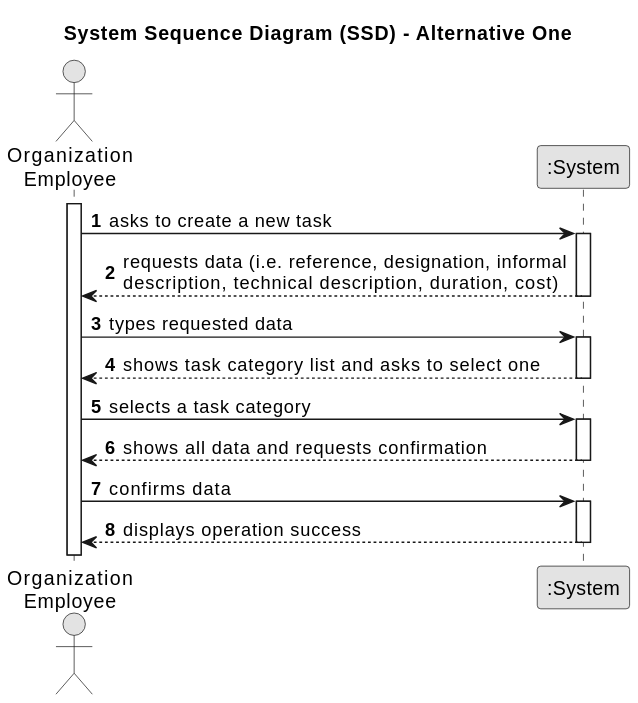
The PlantUML diagram docs/sprintA/us004/01.requirements-engineering/svg/us004-system-sequence-diagram-alternative-one.svg in daniel41silva05/ISEP_2023_2024_LAPR2, before a commit.
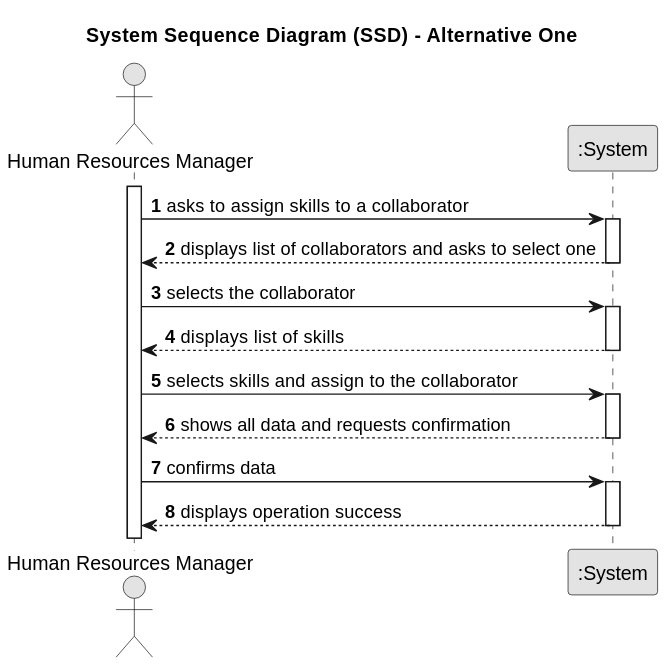
After the change.

What changed in the source:
```diff
@@ -7,24 +7,24 @@
 
 autonumber
 
-actor "Organization\nEmployee" as Employee
+actor "Human Resources Manager" as Employee
 participant ":System" as System
 
 activate Employee
 
-    Employee -> System : asks to create a new task
+    Employee -> System : asks to assign skills to a collaborator
     activate System
 
-        System --> Employee : requests data (i.e. reference, designation, informal\ndescription, technical description, duration, cost)
+        System --> Employee : displays list of collaborators and asks to select one
     deactivate System
 
-    Employee -> System : types requested data
+    Employee -> System : selects the collaborator
     activate System
 
-        System --> Employee : shows task category list and asks to select one
+        System --> Employee : displays list of skills
     deactivate System
 
-    Employee -> System : selects a task category
+    Employee -> System : selects skills and assign to the collaborator
     activate System
 
         System --> Employee : shows all data and requests confirmation
```
